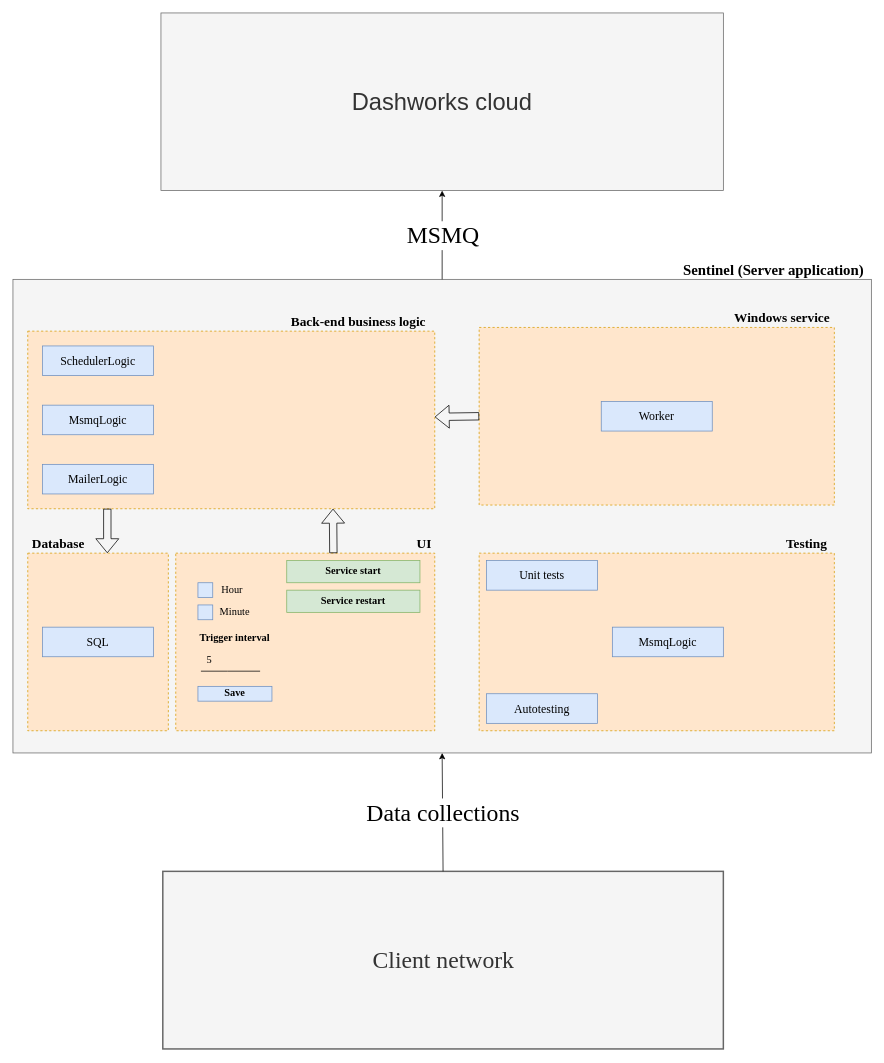
The draw.io diagram src/assets/Untitled Diagram.drawio in ValeryYuntsevich/ag-grid, before the edit. Source tidied: cells renumbered, new cells numbered last; positions are measured from the earlier drawing's top-left corner, leaving out a move shared by most shapes. Both pictures are drawn from the tidied source at 74%, with x=0, y=0 at pixel (13, 13).
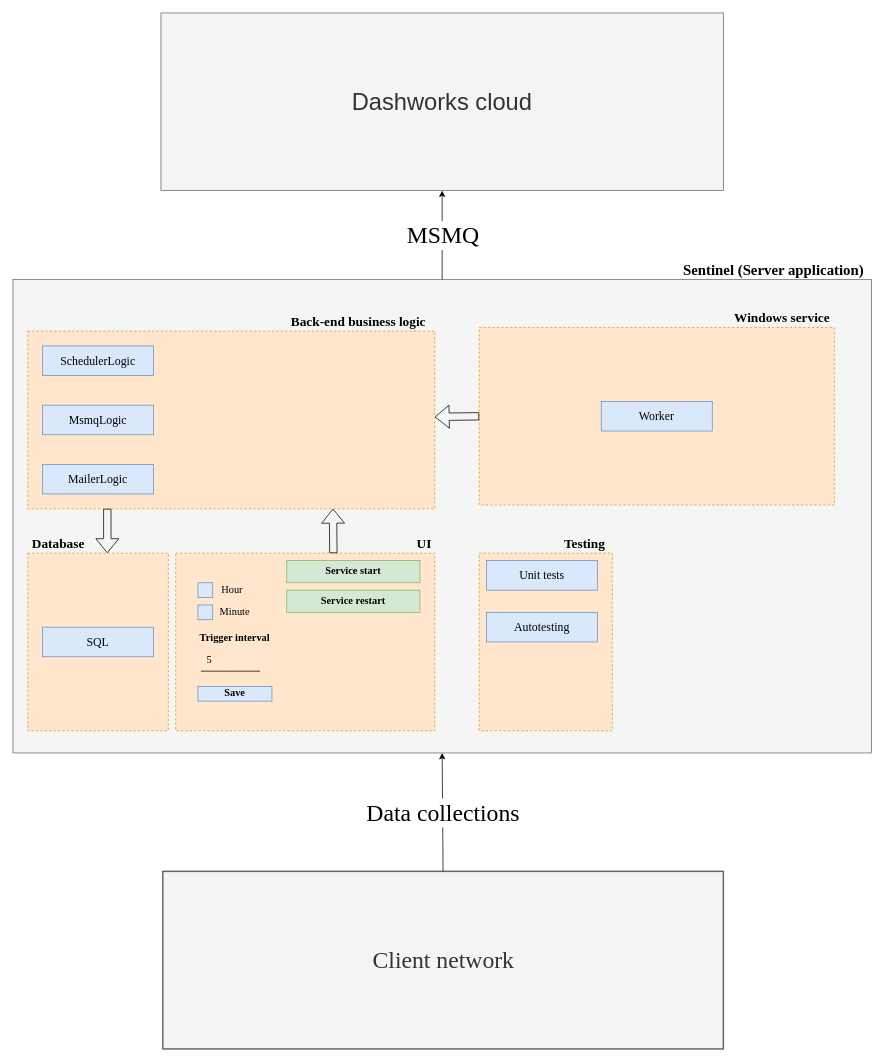
The same diagram, later.

Diff of the diagram source:
```diff
@@
     <mxCell id="22" style="rounded=0;whiteSpace=wrap;html=1;fontFamily=Times New Roman;fontSize=18;strokeWidth=1;dashed=1;fillColor=#ffe6cc;strokeColor=#d79b00;" parent="1" vertex="1">
-      <mxGeometry x="630" y="730" width="480" height="240" as="geometry" />
+      <mxGeometry x="630" y="730" width="180" height="240" as="geometry" />
     </mxCell>
@@
     <mxCell id="25" value="Testing" style="text;strokeColor=none;fillColor=none;align=left;verticalAlign=middle;spacingLeft=4;spacingRight=4;overflow=hidden;fontFamily=Times New Roman;fontSize=18;fontStyle=1;" parent="1" vertex="1">
-      <mxGeometry x="1039" y="700" width="71" height="30" as="geometry" />
+      <mxGeometry x="739" y="700" width="71" height="30" as="geometry" />
     </mxCell>
@@
-    <mxCell id="27" value="MsmqLogic" style="rounded=0;whiteSpace=wrap;html=1;fontFamily=Times New Roman;fontSize=16;fillColor=#dae8fc;strokeColor=#6c8ebf;" parent="1" vertex="1">
-      <mxGeometry x="810" y="830" width="150" height="40" as="geometry" />
-    </mxCell>
     <mxCell id="28" value="Autotesting" style="rounded=0;whiteSpace=wrap;html=1;fontFamily=Times New Roman;fontSize=16;fillColor=#dae8fc;strokeColor=#6c8ebf;" parent="1" vertex="1">
-      <mxGeometry x="640" y="920" width="150" height="40" as="geometry" />
+      <mxGeometry x="640" y="810" width="150" height="40" as="geometry" />
     </mxCell>
```
